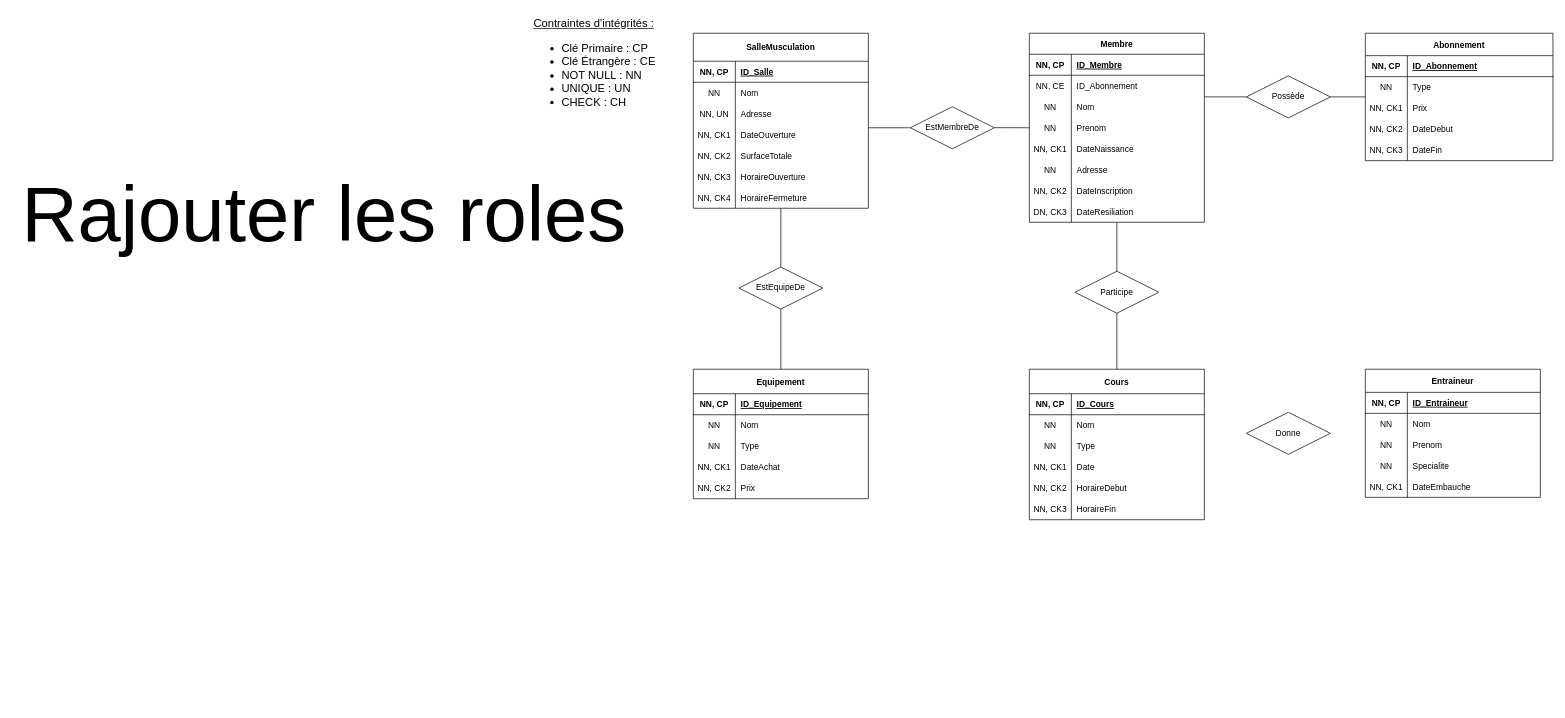
The draw.io diagram SchémaE/R.drawio in uvsqNathanAmoussou/SalleDeMuscuBDD, before the edit. Source tidied: cells renumbered, new cells numbered last; positions are measured from the earlier drawing's top-left corner, leaving out a move shared by most shapes. Both pictures are drawn from the tidied source at 70%, with x=0, y=0 at pixel (12, 12).
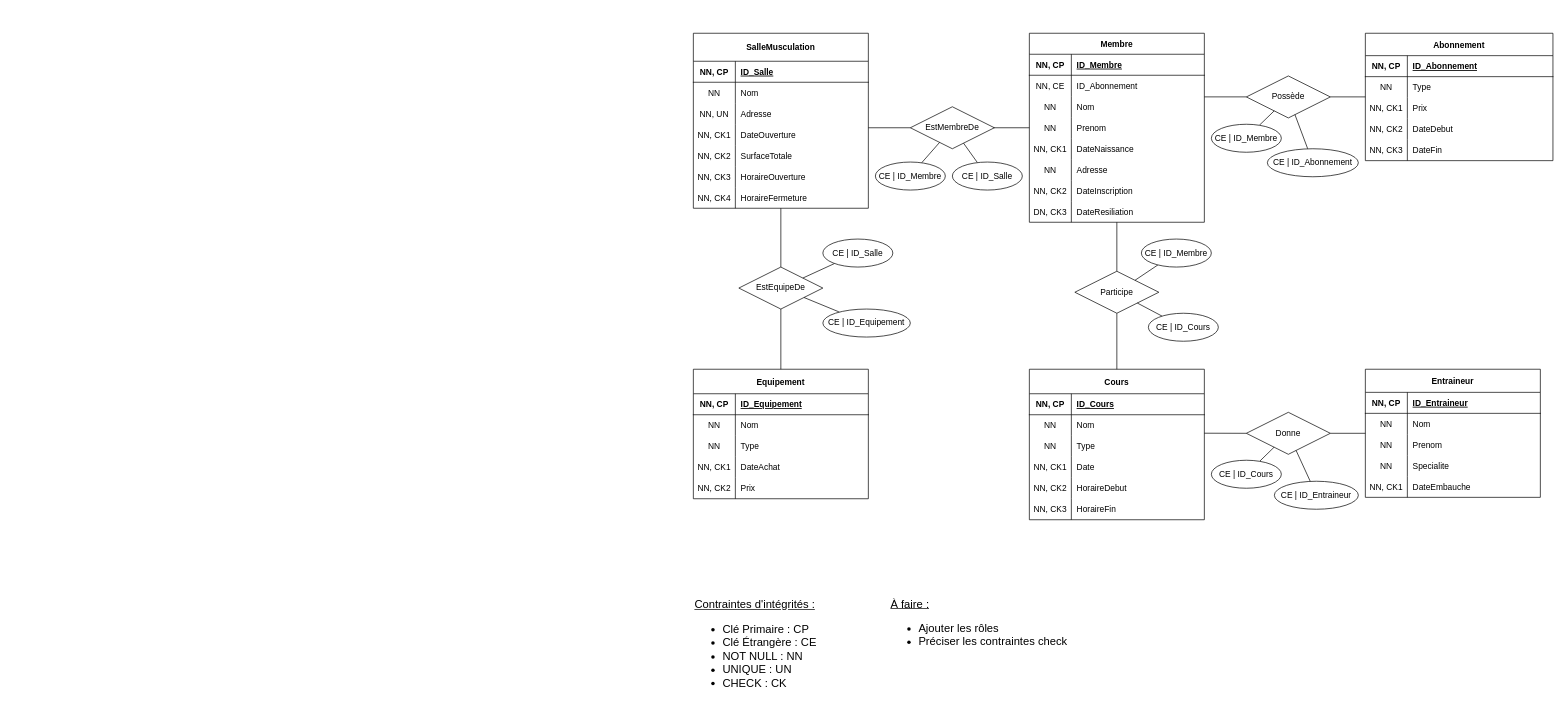
Above is the later version.

Commit message (it also covers changes not shown here):
Mettre à jour R.drawio

Unchanged cells that the change refers to:
```xml
<mxCell id="69" style="shape=partialRectangle;fillColor=none;points=[[0,0.5],[1,0.5]];portConstraint=eastwest;top=0;left=0;right=0;bottom=0;" parent="65" vertex="1">
  <mxGeometry y="65" width="250" height="30" as="geometry" />
</mxCell>
<mxCell id="120" value="Participe" style="shape=rhombus;perimeter=rhombusPerimeter;whiteSpace=wrap;html=1;align=center;rotation=0;" parent="1" vertex="1">
  <mxGeometry x="1518" y="370" width="120" height="60" as="geometry" />
</mxCell>
<mxCell id="121" value="Possède" style="shape=rhombus;perimeter=rhombusPerimeter;whiteSpace=wrap;html=1;align=center;rotation=0;" parent="1" vertex="1">
  <mxGeometry x="1763" y="91" width="120" height="60" as="geometry" />
</mxCell>
<mxCell id="122" value="EstMembreDe" style="shape=rhombus;perimeter=rhombusPerimeter;whiteSpace=wrap;html=1;align=center;rotation=0;" parent="1" vertex="1">
  <mxGeometry x="1283" y="135" width="120" height="60" as="geometry" />
</mxCell>
<mxCell id="125" value="EstEquipeDe" style="shape=rhombus;perimeter=rhombusPerimeter;whiteSpace=wrap;html=1;align=center;rotation=0;" parent="1" vertex="1">
  <mxGeometry x="1038" y="364" width="120" height="60" as="geometry" />
</mxCell>
<mxCell id="130" value="Donne" style="shape=rhombus;perimeter=rhombusPerimeter;whiteSpace=wrap;html=1;align=center;rotation=0;" parent="1" vertex="1">
  <mxGeometry x="1763" y="571.5" width="120" height="60" as="geometry" />
</mxCell>
```

Diff of the diagram source:
```diff
@@
-    <mxCell id="116" value="&lt;u&gt;Contraintes d'intégrités :&lt;/u&gt;&lt;br style=&quot;font-size: 16px;&quot;&gt;&lt;ul&gt;&lt;li&gt;Clé Primaire : CP&lt;br&gt;&lt;/li&gt;&lt;li&gt;Clé Étrangère : CE&lt;br&gt;&lt;/li&gt;&lt;li&gt;NOT NULL : NN&lt;br&gt;&lt;/li&gt;&lt;li&gt;UNIQUE : UN&lt;br&gt;&lt;/li&gt;&lt;li&gt;CHECK : CH&lt;br&gt;&lt;/li&gt;&lt;/ul&gt;" style="text;html=1;align=left;verticalAlign=middle;strokeColor=none;fillColor=none;fontSize=16;" parent="1" vertex="1">
-      <mxGeometry x="743" width="200" height="160" as="geometry" />
+    <mxCell id="116" value="&lt;u&gt;Contraintes d'intégrités :&lt;/u&gt;&lt;br style=&quot;font-size: 16px;&quot;&gt;&lt;ul&gt;&lt;li&gt;Clé Primaire : CP&lt;br&gt;&lt;/li&gt;&lt;li&gt;Clé Étrangère : CE&lt;br&gt;&lt;/li&gt;&lt;li&gt;NOT NULL : NN&lt;br&gt;&lt;/li&gt;&lt;li&gt;UNIQUE : UN&lt;br&gt;&lt;/li&gt;&lt;li&gt;CHECK : CK&lt;br&gt;&lt;/li&gt;&lt;/ul&gt;" style="text;html=1;align=left;verticalAlign=middle;strokeColor=none;fillColor=none;fontSize=16;" parent="1" vertex="1">
+      <mxGeometry x="973" y="830" width="200" height="160" as="geometry" />
     </mxCell>
-    <mxCell id="117" value="Rajouter les roles" style="text;html=1;align=center;verticalAlign=middle;strokeColor=none;fillColor=none;fontSize=111;" parent="1" vertex="1">
-      <mxGeometry y="214" width="890" height="150" as="geometry" />
-    </mxCell>
@@
-    <mxCell id="127" style="endArrow=none;html=1;rounded=0;" parent="1" edge="1">
+    <mxCell id="127" style="endArrow=none;html=1;rounded=0;exitX=0.991;exitY=0.5;exitDx=0;exitDy=0;exitPerimeter=0;" parent="1" edge="1" source="122">
       <mxGeometry relative="1" as="geometry">
-        <mxPoint x="1403" y="164.9" as="sourcePoint" />
         <mxPoint x="1453" y="165" as="targetPoint" />
       </mxGeometry>
     </mxCell>
@@
+    <mxCell id="131" style="endArrow=none;html=1;rounded=0;" parent="1" edge="1">
+      <mxGeometry relative="1" as="geometry">
+        <mxPoint x="1883" y="601.5" as="sourcePoint" />
+        <mxPoint x="1933" y="601.5" as="targetPoint" />
+      </mxGeometry>
+    </mxCell>
+    <mxCell id="132" style="endArrow=none;html=1;rounded=0;exitX=1;exitY=0.879;exitDx=0;exitDy=0;exitPerimeter=0;" parent="1" edge="1" source="69">
+      <mxGeometry relative="1" as="geometry">
+        <mxPoint x="1763" y="601.5" as="targetPoint" />
+      </mxGeometry>
+    </mxCell>
+    <mxCell id="133" style="rounded=0;jettySize=auto;html=1;endArrow=none;endFill=0;" parent="1" edge="1" source="134" target="122">
+      <mxGeometry relative="1" as="geometry" />
+    </mxCell>
+    <mxCell id="134" value="CE | ID_Membre" style="ellipse;whiteSpace=wrap;html=1;align=center;" parent="1" vertex="1">
+      <mxGeometry x="1233" y="214" width="100" height="40" as="geometry" />
+    </mxCell>
+    <mxCell id="135" style="rounded=0;jettySize=auto;html=1;endArrow=none;endFill=0;" parent="1" edge="1" source="136" target="122">
+      <mxGeometry relative="1" as="geometry" />
+    </mxCell>
+    <mxCell id="136" value="CE | ID_Salle" style="ellipse;whiteSpace=wrap;html=1;align=center;" parent="1" vertex="1">
+      <mxGeometry x="1343" y="214" width="100" height="40" as="geometry" />
+    </mxCell>
+    <mxCell id="137" style="rounded=0;jettySize=auto;html=1;endArrow=none;endFill=0;" parent="1" edge="1" source="138" target="121">
+      <mxGeometry relative="1" as="geometry" />
+    </mxCell>
+    <mxCell id="138" value="CE | ID_Membre" style="ellipse;whiteSpace=wrap;html=1;align=center;" parent="1" vertex="1">
+      <mxGeometry x="1713" y="160" width="100" height="40" as="geometry" />
+    </mxCell>
+    <mxCell id="139" style="rounded=0;jettySize=auto;html=1;endArrow=none;endFill=0;" parent="1" edge="1" source="140" target="121">
+      <mxGeometry relative="1" as="geometry" />
+    </mxCell>
+    <mxCell id="140" value="CE | ID_Abonnement" style="ellipse;whiteSpace=wrap;html=1;align=center;" parent="1" vertex="1">
+      <mxGeometry x="1793" y="195" width="130" height="40" as="geometry" />
+    </mxCell>
+    <mxCell id="141" style="rounded=0;jettySize=auto;html=1;endArrow=none;endFill=0;" parent="1" edge="1" source="142" target="125">
+      <mxGeometry relative="1" as="geometry" />
+    </mxCell>
+    <mxCell id="142" value="CE | ID_Equipement" style="ellipse;whiteSpace=wrap;html=1;align=center;" parent="1" vertex="1">
+      <mxGeometry x="1158" y="424" width="125" height="40" as="geometry" />
+    </mxCell>
+    <mxCell id="143" style="rounded=0;jettySize=auto;html=1;endArrow=none;endFill=0;" parent="1" edge="1" source="144" target="125">
+      <mxGeometry relative="1" as="geometry" />
+    </mxCell>
+    <mxCell id="144" value="CE | ID_Salle" style="ellipse;whiteSpace=wrap;html=1;align=center;" parent="1" vertex="1">
+      <mxGeometry x="1158" y="324" width="100" height="40" as="geometry" />
+    </mxCell>
+    <mxCell id="145" style="rounded=0;jettySize=auto;html=1;endArrow=none;endFill=0;" parent="1" edge="1" source="146" target="130">
+      <mxGeometry relative="1" as="geometry" />
+    </mxCell>
+    <mxCell id="146" value="CE | ID_Entraineur" style="ellipse;whiteSpace=wrap;html=1;align=center;" parent="1" vertex="1">
+      <mxGeometry x="1803" y="670" width="120" height="40" as="geometry" />
+    </mxCell>
+    <mxCell id="147" style="rounded=0;jettySize=auto;html=1;endArrow=none;endFill=0;" parent="1" edge="1" source="148" target="130">
+      <mxGeometry relative="1" as="geometry" />
+    </mxCell>
+    <mxCell id="148" value="CE | ID_Cours" style="ellipse;whiteSpace=wrap;html=1;align=center;" parent="1" vertex="1">
+      <mxGeometry x="1713" y="640" width="100" height="40" as="geometry" />
+    </mxCell>
+    <mxCell id="149" style="rounded=0;jettySize=auto;html=1;endArrow=none;endFill=0;" parent="1" edge="1" source="150" target="120">
+      <mxGeometry relative="1" as="geometry" />
+    </mxCell>
+    <mxCell id="150" value="CE | ID_Membre" style="ellipse;whiteSpace=wrap;html=1;align=center;" parent="1" vertex="1">
+      <mxGeometry x="1613" y="324" width="100" height="40" as="geometry" />
+    </mxCell>
+    <mxCell id="151" style="rounded=0;jettySize=auto;html=1;endArrow=none;endFill=0;" parent="1" edge="1" source="152" target="120">
+      <mxGeometry relative="1" as="geometry" />
+    </mxCell>
+    <mxCell id="152" value="CE | ID_Cours" style="ellipse;whiteSpace=wrap;html=1;align=center;" parent="1" vertex="1">
+      <mxGeometry x="1623" y="430" width="100" height="40" as="geometry" />
+    </mxCell>
+    <mxCell id="153" value="&lt;div style=&quot;&quot;&gt;&lt;u&gt;À faire :&lt;/u&gt;&lt;/div&gt;&lt;ul&gt;&lt;li&gt;Ajouter les rôles&lt;/li&gt;&lt;li&gt;Préciser les contraintes check&lt;/li&gt;&lt;/ul&gt;" style="text;html=1;align=left;verticalAlign=middle;strokeColor=none;fillColor=none;fontSize=16;" parent="1" vertex="1">
+      <mxGeometry x="1253" y="830" width="280" height="100" as="geometry" />
+    </mxCell>
```
